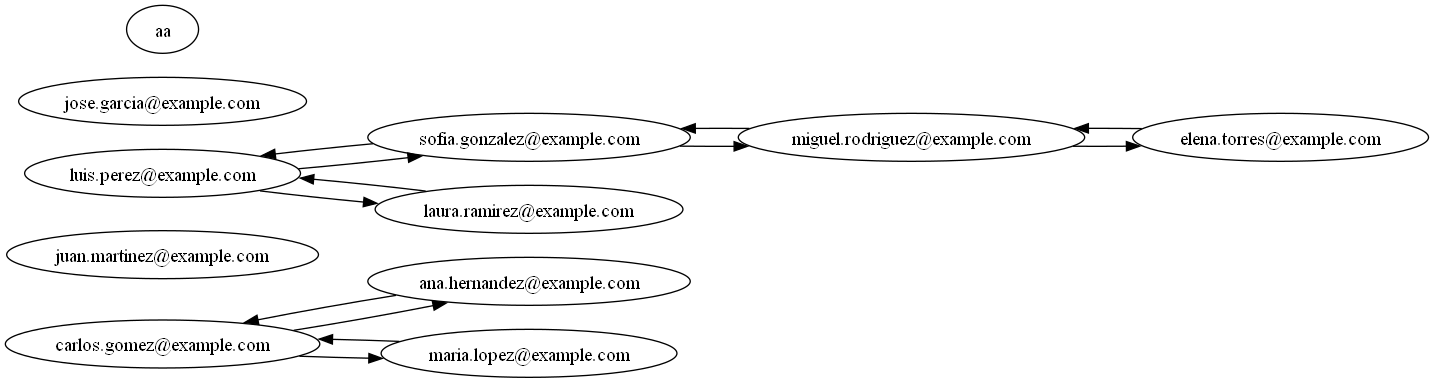
Above: pruebas/listaAdyacenciaGlobal.png in matiuuh/-EDD-Proyecto1_202203009 (Graphviz), before the change. Its source is kept beside it as pruebas/listaAdyacenciaGlobal.dot.
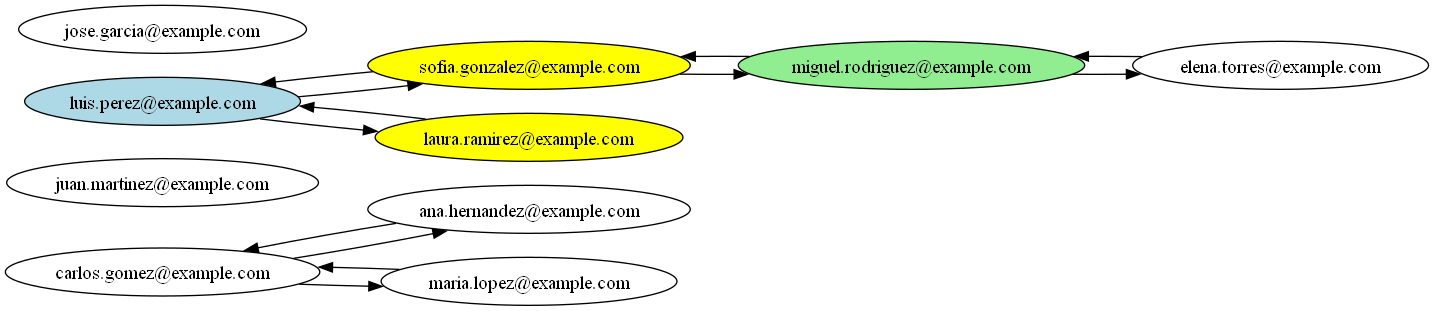
Above is the later version.

The edit, as a diff of the source:
```diff
@@ -8,19 +8,18 @@
 "juan.martinez@example.com" [label="juan.martinez@example.com" style=filled fillcolor="white"];
 "ana.hernandez@example.com" [label="ana.hernandez@example.com" style=filled fillcolor="white"];
 "ana.hernandez@example.com" -> "carlos.gomez@example.com";
-"luis.perez@example.com" [label="luis.perez@example.com" style=filled fillcolor="white"];
+"luis.perez@example.com" [label="luis.perez@example.com" style=filled fillcolor="lightblue"];
 "luis.perez@example.com" -> "sofia.gonzalez@example.com";
 "luis.perez@example.com" -> "laura.ramirez@example.com";
-"laura.ramirez@example.com" [label="laura.ramirez@example.com" style=filled fillcolor="white"];
+"laura.ramirez@example.com" [label="laura.ramirez@example.com" style=filled fillcolor="yellow"];
 "laura.ramirez@example.com" -> "luis.perez@example.com";
 "jose.garcia@example.com" [label="jose.garcia@example.com" style=filled fillcolor="white"];
 "elena.torres@example.com" [label="elena.torres@example.com" style=filled fillcolor="white"];
 "elena.torres@example.com" -> "miguel.rodriguez@example.com";
-"miguel.rodriguez@example.com" [label="miguel.rodriguez@example.com" style=filled fillcolor="white"];
+"miguel.rodriguez@example.com" [label="miguel.rodriguez@example.com" style=filled fillcolor="lightgreen"];
 "miguel.rodriguez@example.com" -> "sofia.gonzalez@example.com";
 "miguel.rodriguez@example.com" -> "elena.torres@example.com";
-"sofia.gonzalez@example.com" [label="sofia.gonzalez@example.com" style=filled fillcolor="white"];
+"sofia.gonzalez@example.com" [label="sofia.gonzalez@example.com" style=filled fillcolor="yellow"];
 "sofia.gonzalez@example.com" -> "miguel.rodriguez@example.com";
 "sofia.gonzalez@example.com" -> "luis.perez@example.com";
-"aa" [label="aa" style=filled fillcolor="white"];
 }
```
